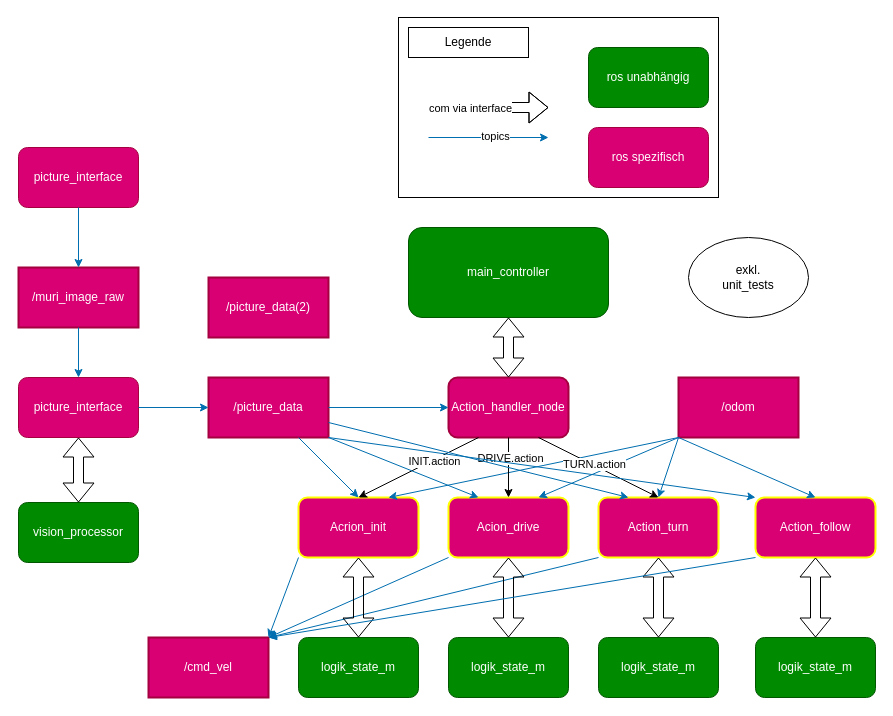
Above: page "Seite-1" (1 of 2) of misc/arch-follow.drawio in derlole/MURI (draw.io), before the change. Source tidied: cells renumbered, new cells numbered last; positions are measured from the earlier drawing's top-left corner, leaving out a move shared by most shapes. Both pictures are drawn from the tidied source at 100%, with x=0, y=0 at pixel (18, 17).
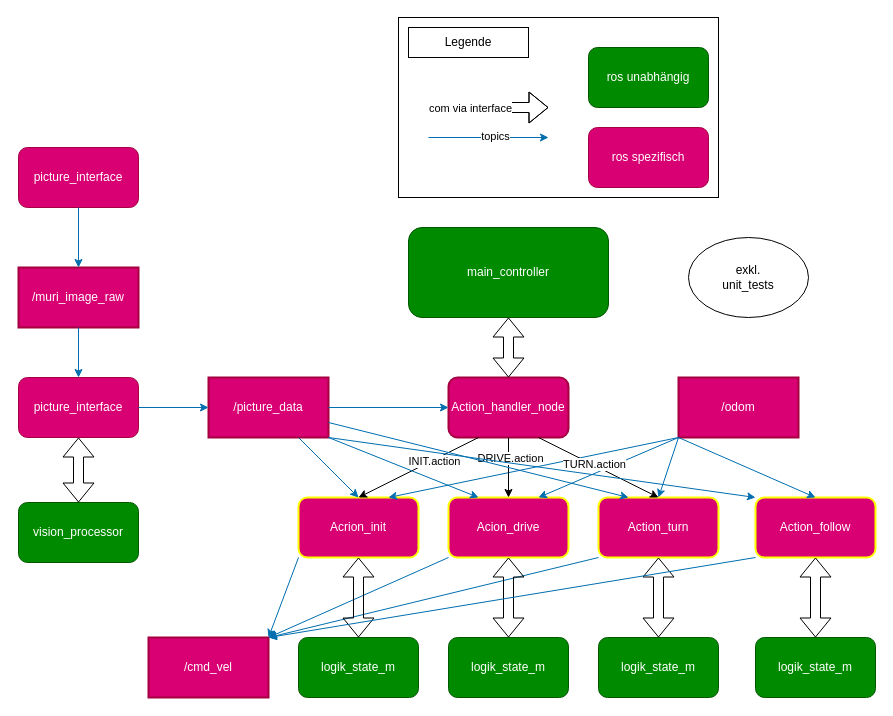
The same diagram, later.

Diff of the diagram source:
```diff
@@
-    <mxCell id="57" value="/picture_data(2)" style="rounded=0;whiteSpace=wrap;html=1;fillColor=#d80073;fontColor=#ffffff;strokeColor=light-dark(#A50040, #00eeff);strokeWidth=2;" parent="1" vertex="1">
-      <mxGeometry x="190" y="260" width="120" height="60" as="geometry" />
-    </mxCell>
```
